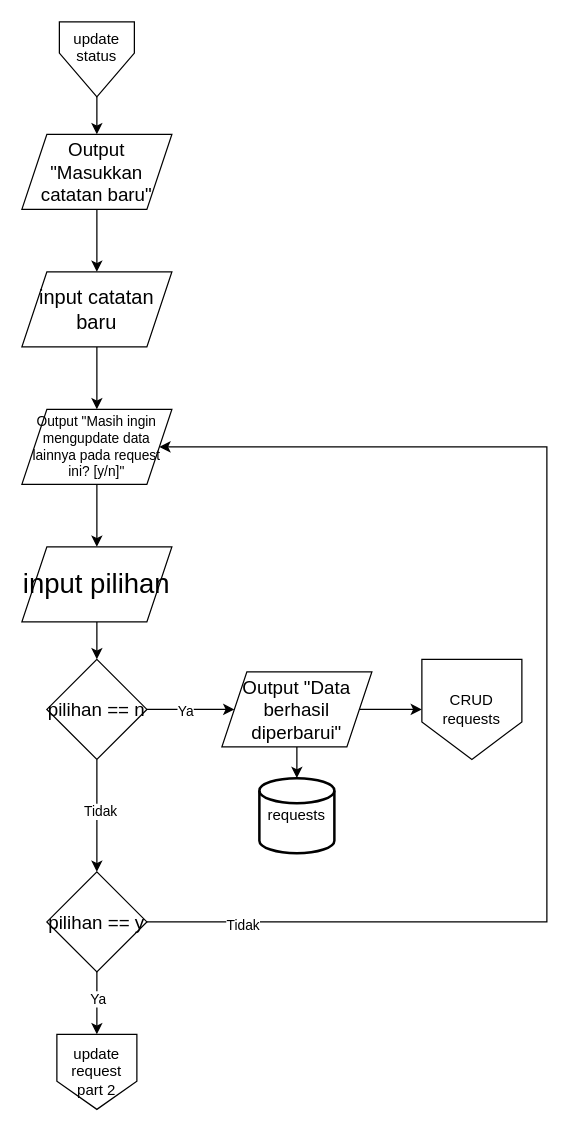
Above: page "update request catatan" (22 of 27) of A2-Eh gimana kalau nama kelompok kita 'kelompok kelompok' aja-Flowchart.drawio.xml in Lynx-thelearner/sppsm (draw.io), before the change. Source tidied: cells renumbered, new cells numbered last; positions are measured from the earlier drawing's top-left corner, leaving out a move shared by most shapes. Both pictures are drawn from the tidied source at 125%, with x=0, y=0 at pixel (21, 21).
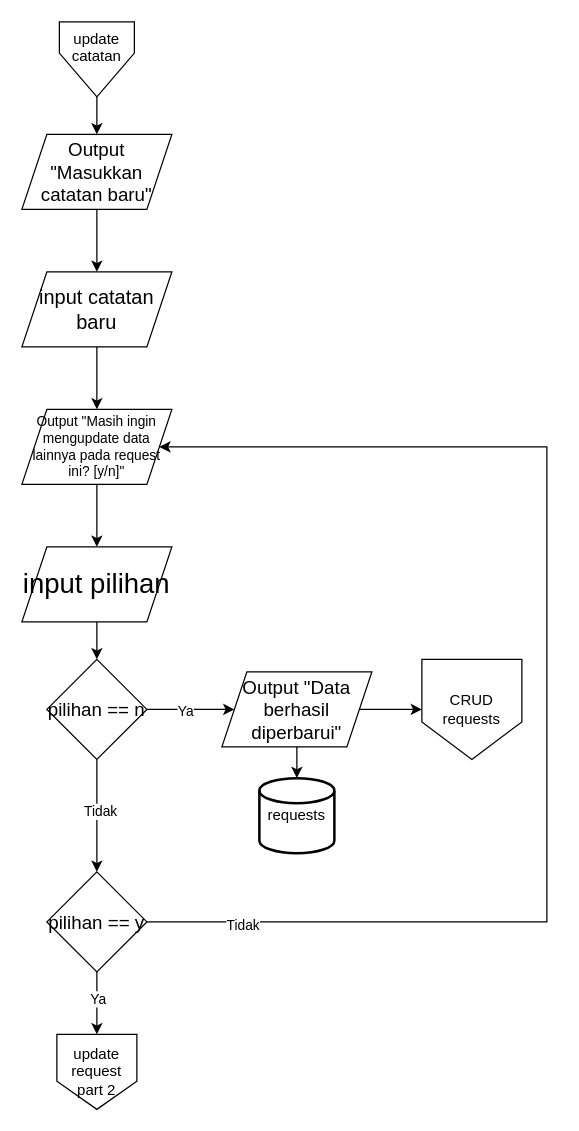
The same page after the edit.

Commit message:
nambahin flowchart

What changed in the source:
```diff
@@
-    <mxCell id="7" value="update status" style="shape=offPageConnector;whiteSpace=wrap;html=1;size=0.5833333333333334;autosizeText=0;fontSize=12;verticalAlign=top;" parent="1" vertex="1">
+    <mxCell id="7" value="update catatan" style="shape=offPageConnector;whiteSpace=wrap;html=1;size=0.5833333333333334;autosizeText=0;fontSize=12;verticalAlign=top;" parent="1" vertex="1">
       <mxGeometry x="30" width="60" height="60" as="geometry" />
     </mxCell>
```
